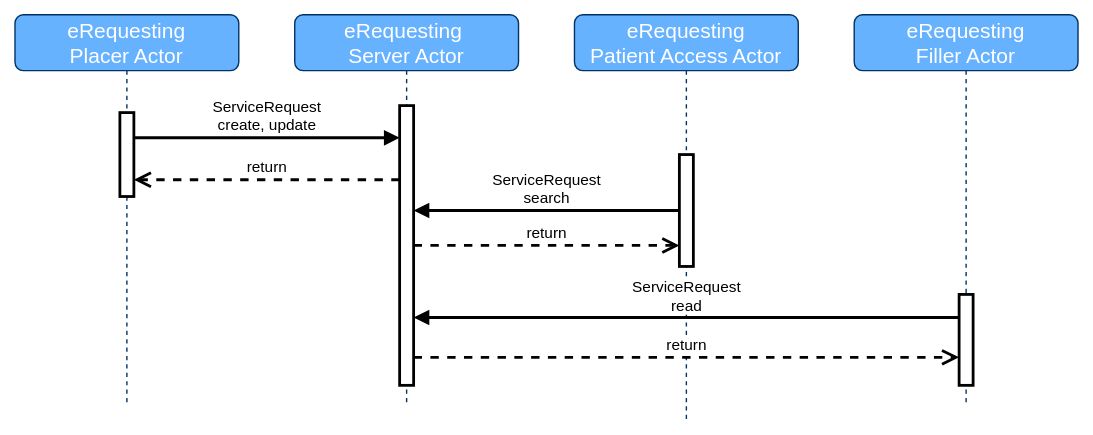
hl7au/au-fhir-erequesting keeps this draw.io diagram as input/images/actors-sequence.svg. Above is the earlier version. Source tidied: cells renumbered, new cells last; positions are measured from the earlier drawing's top-left corner, leaving out a move shared by most shapes.
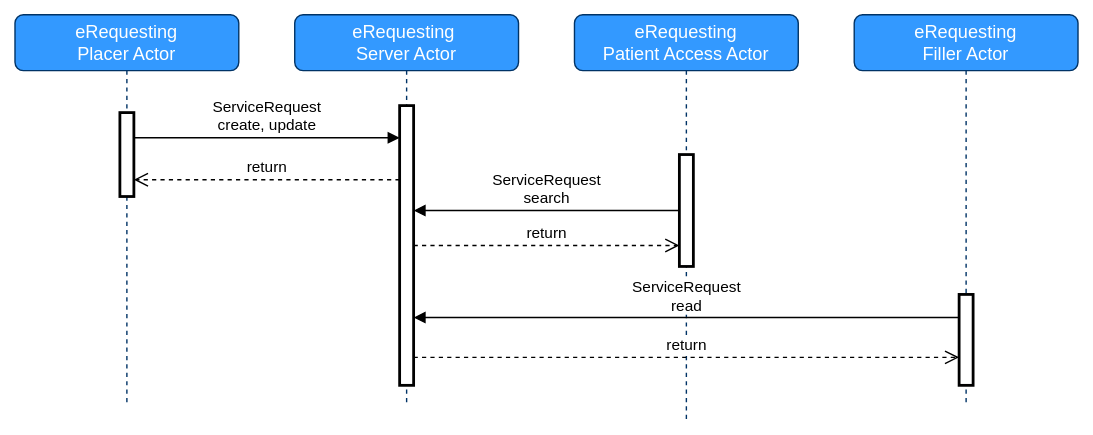
Later version of the same file.

What changed in the source:
```diff
@@ -2,55 +2,55 @@
   <root>
     <mxCell id="0" />
     <mxCell id="1" parent="0" />
-    <mxCell id="2" value="eRequesting&lt;div style=&quot;font-size: 15px;&quot;&gt;Placer Actor&lt;/div&gt;" style="shape=umlLifeline;perimeter=lifelinePerimeter;whiteSpace=wrap;html=1;newEdgeStyle={&quot;curved&quot;:0,&quot;rounded&quot;:0};rounded=1;fillColor=#66B2FF;strokeColor=#003366;labelBackgroundColor=#66B2FF;fontColor=#FFFFFF;fontSize=15;perimeterSpacing=0;strokeWidth=1;" parent="1" vertex="1">
+    <mxCell id="2" value="eRequesting&lt;div style=&quot;font-size: 13px;&quot;&gt;Placer Actor&lt;/div&gt;" style="shape=umlLifeline;perimeter=lifelinePerimeter;whiteSpace=wrap;html=1;newEdgeStyle={&quot;curved&quot;:0,&quot;rounded&quot;:0};rounded=1;fillColor=#3399FF;strokeColor=#003366;labelBackgroundColor=none;fontColor=#FFFFFF;fontSize=13;perimeterSpacing=0;strokeWidth=1;fontFamily=Helvetica;" parent="1" vertex="1">
       <mxGeometry width="160" height="280" as="geometry" />
     </mxCell>
     <mxCell id="3" style="html=1;perimeter=orthogonalPerimeter;targetShapes=umlLifeline;newEdgeStyle={&quot;curved&quot;:0,&quot;rounded&quot;:0};strokeWidth=2;" parent="2" vertex="1">
       <mxGeometry x="75" y="70" width="10" height="60" as="geometry" />
     </mxCell>
-    <mxCell id="4" value="eRequesting&amp;nbsp;&lt;div style=&quot;font-size: 15px;&quot;&gt;Server Actor&lt;/div&gt;" style="shape=umlLifeline;perimeter=lifelinePerimeter;whiteSpace=wrap;html=1;newEdgeStyle={&quot;curved&quot;:0,&quot;rounded&quot;:0};rounded=1;fillColor=#66B2FF;strokeColor=#003366;fontColor=#FFFFFF;fontSize=15;strokeWidth=1;" parent="1" vertex="1">
+    <mxCell id="4" value="eRequesting&amp;nbsp;&lt;div style=&quot;font-size: 13px;&quot;&gt;Server Actor&lt;/div&gt;" style="shape=umlLifeline;perimeter=lifelinePerimeter;whiteSpace=wrap;html=1;newEdgeStyle={&quot;curved&quot;:0,&quot;rounded&quot;:0};rounded=1;fillColor=#3399FF;strokeColor=#003366;fontColor=#FFFFFF;fontSize=13;strokeWidth=1;fontFamily=Helvetica;" parent="1" vertex="1">
       <mxGeometry x="200" width="160" height="280" as="geometry" />
     </mxCell>
     <mxCell id="5" style="html=1;points=[[0,0,0,0,5],[0,1,0,0,-5],[1,0,0,0,5],[1,1,0,0,-5]];perimeter=orthogonalPerimeter;outlineConnect=0;targetShapes=umlLifeline;portConstraint=eastwest;newEdgeStyle={&quot;curved&quot;:0,&quot;rounded&quot;:0};strokeWidth=2;" parent="4" vertex="1">
       <mxGeometry x="75" y="65" width="10" height="200" as="geometry" />
     </mxCell>
-    <mxCell id="6" value="eRequesting&lt;div style=&quot;font-size: 15px;&quot;&gt;Filler Actor&lt;/div&gt;" style="shape=umlLifeline;perimeter=lifelinePerimeter;whiteSpace=wrap;html=1;newEdgeStyle={&quot;curved&quot;:0,&quot;rounded&quot;:0};rounded=1;fillColor=#66B2FF;strokeColor=#003366;fontColor=#FFFFFF;fontSize=15;strokeWidth=1;" parent="1" vertex="1">
+    <mxCell id="6" value="eRequesting&lt;div style=&quot;font-size: 13px;&quot;&gt;Filler Actor&lt;/div&gt;" style="shape=umlLifeline;perimeter=lifelinePerimeter;whiteSpace=wrap;html=1;newEdgeStyle={&quot;curved&quot;:0,&quot;rounded&quot;:0};rounded=1;fillColor=#3399FF;strokeColor=#003366;fontColor=#FFFFFF;fontSize=13;strokeWidth=1;fontFamily=Helvetica;" parent="1" vertex="1">
       <mxGeometry x="600" width="160" height="280" as="geometry" />
     </mxCell>
     <mxCell id="7" style="html=1;points=[[0,0,0,0,5],[0,1,0,0,-5],[1,0,0,0,5],[1,1,0,0,-5]];perimeter=orthogonalPerimeter;outlineConnect=0;targetShapes=umlLifeline;portConstraint=eastwest;newEdgeStyle={&quot;curved&quot;:0,&quot;rounded&quot;:0};strokeWidth=2;" parent="6" vertex="1">
       <mxGeometry x="75" y="200" width="10" height="65" as="geometry" />
     </mxCell>
-    <mxCell id="8" value="eRequesting&lt;div style=&quot;font-size: 15px;&quot;&gt;Patient Access Actor&lt;/div&gt;" style="shape=umlLifeline;perimeter=lifelinePerimeter;whiteSpace=wrap;html=1;newEdgeStyle={&quot;curved&quot;:0,&quot;rounded&quot;:0};rounded=1;fillColor=#66B2FF;strokeColor=#003366;fontColor=#FFFFFF;fontSize=15;strokeWidth=1;" parent="1" vertex="1">
+    <mxCell id="8" value="eRequesting&lt;div style=&quot;font-size: 13px;&quot;&gt;Patient Access Actor&lt;/div&gt;" style="shape=umlLifeline;perimeter=lifelinePerimeter;whiteSpace=wrap;html=1;newEdgeStyle={&quot;curved&quot;:0,&quot;rounded&quot;:0};rounded=1;fillColor=#3399FF;strokeColor=#003366;fontColor=#FFFFFF;fontSize=13;strokeWidth=1;fontFamily=Helvetica;" parent="1" vertex="1">
       <mxGeometry x="400" width="160" height="290" as="geometry" />
     </mxCell>
     <mxCell id="9" style="html=1;points=[[0,0,0,0,5],[0,1,0,0,-5],[1,0,0,0,5],[1,1,0,0,-5]];perimeter=orthogonalPerimeter;outlineConnect=0;targetShapes=umlLifeline;portConstraint=eastwest;newEdgeStyle={&quot;curved&quot;:0,&quot;rounded&quot;:0};strokeWidth=2;" parent="8" vertex="1">
       <mxGeometry x="75" y="100" width="10" height="80" as="geometry" />
     </mxCell>
-    <mxCell id="10" value="ServiceRequest&lt;div&gt;create, update&lt;/div&gt;" style="html=1;verticalAlign=bottom;endArrow=block;curved=0;rounded=0;strokeWidth=2;" parent="1" edge="1">
+    <mxCell id="10" value="ServiceRequest&lt;div&gt;create, update&lt;/div&gt;" style="html=1;verticalAlign=bottom;endArrow=block;curved=0;rounded=0;strokeWidth=1;" parent="1" edge="1">
       <mxGeometry relative="1" as="geometry">
         <mxPoint x="85" y="88" as="sourcePoint" />
         <mxPoint x="275" y="88" as="targetPoint" />
       </mxGeometry>
     </mxCell>
-    <mxCell id="11" value="ServiceRequest&lt;div&gt;search&lt;/div&gt;" style="html=1;verticalAlign=bottom;endArrow=block;curved=0;rounded=0;strokeWidth=2;" parent="1" edge="1" source="9" target="5">
+    <mxCell id="11" value="ServiceRequest&lt;div&gt;search&lt;/div&gt;" style="html=1;verticalAlign=bottom;endArrow=block;curved=0;rounded=0;strokeWidth=1;" parent="1" edge="1" source="9" target="5">
       <mxGeometry relative="1" as="geometry" />
     </mxCell>
-    <mxCell id="12" value="ServiceRequest&lt;div&gt;read&lt;/div&gt;" style="html=1;verticalAlign=bottom;endArrow=block;curved=0;rounded=0;strokeWidth=2;" parent="1" edge="1">
+    <mxCell id="12" value="ServiceRequest&lt;div&gt;read&lt;/div&gt;" style="html=1;verticalAlign=bottom;endArrow=block;curved=0;rounded=0;strokeWidth=1;" parent="1" edge="1">
       <mxGeometry relative="1" as="geometry">
         <mxPoint x="675" y="216.5" as="sourcePoint" />
         <mxPoint x="285" y="216.5" as="targetPoint" />
       </mxGeometry>
     </mxCell>
-    <mxCell id="13" value="return" style="html=1;verticalAlign=bottom;endArrow=open;dashed=1;endSize=8;curved=0;rounded=0;strokeWidth=2;" parent="1" edge="1">
+    <mxCell id="13" value="return" style="html=1;verticalAlign=bottom;endArrow=open;dashed=1;endSize=8;curved=0;rounded=0;strokeWidth=1;" parent="1" edge="1">
       <mxGeometry relative="1" as="geometry">
         <mxPoint x="275" y="118" as="sourcePoint" />
         <mxPoint x="85" y="118" as="targetPoint" />
       </mxGeometry>
     </mxCell>
-    <mxCell id="14" value="return" style="html=1;verticalAlign=bottom;endArrow=open;dashed=1;endSize=8;curved=0;rounded=0;strokeWidth=2;" parent="1" edge="1" source="5" target="9">
+    <mxCell id="14" value="return" style="html=1;verticalAlign=bottom;endArrow=open;dashed=1;endSize=8;curved=0;rounded=0;strokeWidth=1;" parent="1" edge="1" source="5" target="9">
       <mxGeometry relative="1" as="geometry" />
     </mxCell>
-    <mxCell id="15" value="return" style="html=1;verticalAlign=bottom;endArrow=open;dashed=1;endSize=8;curved=0;rounded=0;strokeWidth=2;" parent="1" edge="1" target="7">
+    <mxCell id="15" value="return" style="html=1;verticalAlign=bottom;endArrow=open;dashed=1;endSize=8;curved=0;rounded=0;strokeWidth=1;" parent="1" edge="1" target="7">
       <mxGeometry relative="1" as="geometry">
         <mxPoint x="285" y="245" as="sourcePoint" />
       </mxGeometry>
```
